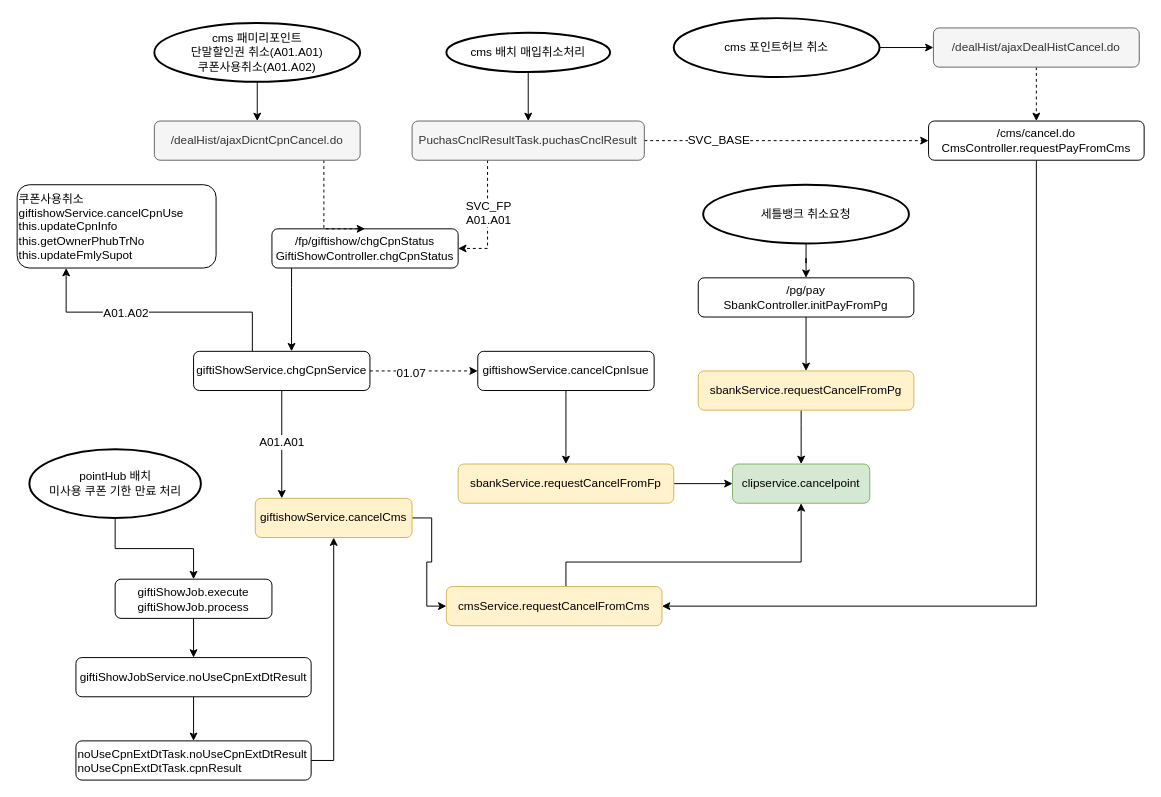
Earlier version of the draw.io diagram pointHub.drawio (latemorning/sichuan). Source tidied: cells renumbered, new cells numbered last; positions are measured from the earlier drawing's top-left corner, leaving out a move shared by most shapes. Both pictures are drawn from the tidied source at 98%, with x=0, y=0 at pixel (17, 18).
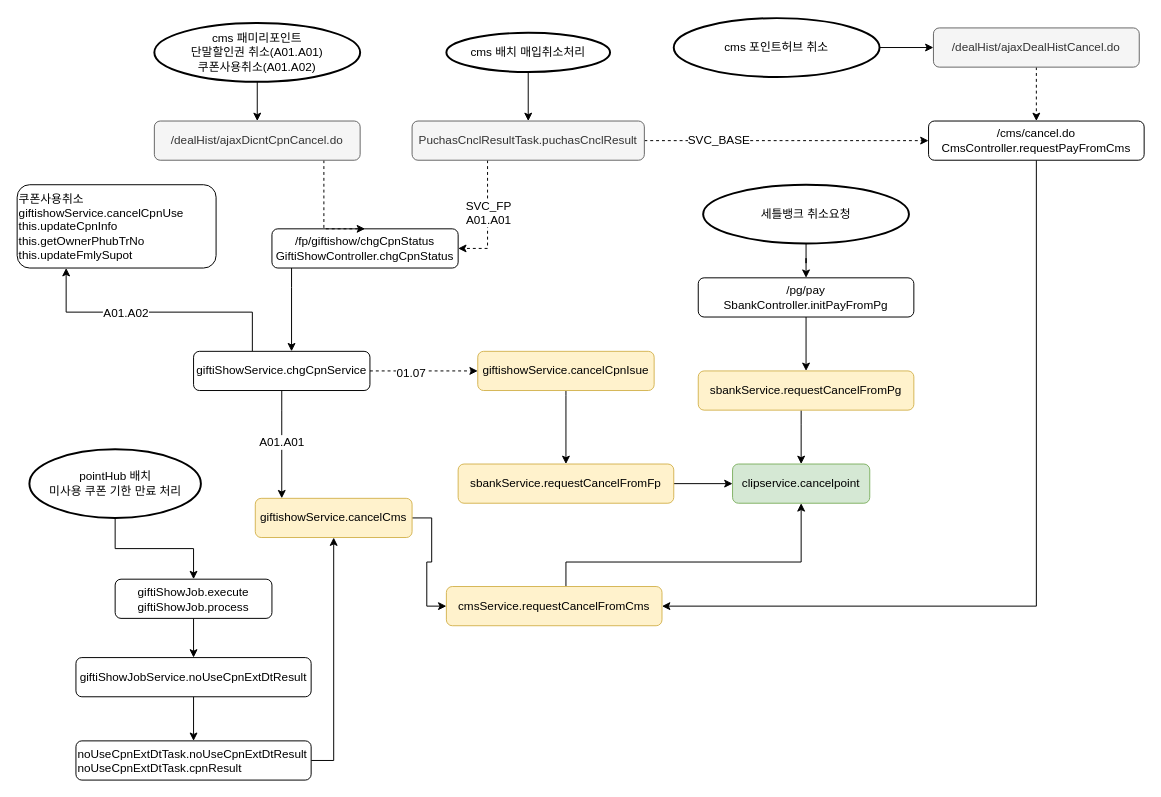
The same diagram, later.

Change to the diagram source:
```diff
@@
-    <mxCell id="51" value="giftishowService.cancelCpnIsue" style="rounded=1;whiteSpace=wrap;html=1;fontSize=12;" parent="1" vertex="1">
+    <mxCell id="51" value="giftishowService.cancelCpnIsue" style="rounded=1;whiteSpace=wrap;html=1;fontSize=12;fillColor=#fff2cc;strokeColor=#d6b656;" parent="1" vertex="1">
       <mxGeometry x="470" y="340" width="180" height="40" as="geometry" />
     </mxCell>
```
